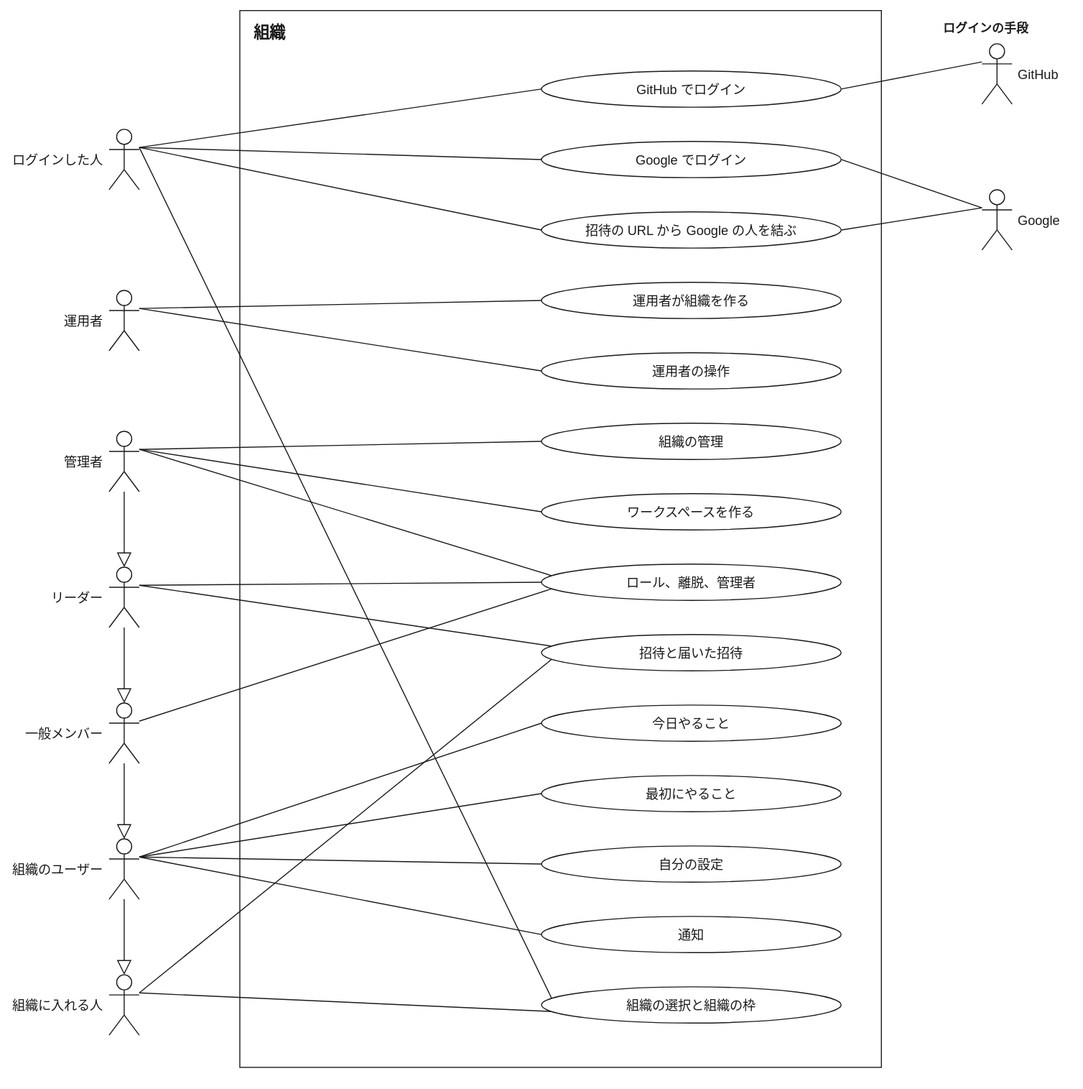
Before: docs/use-cases-organization.drawio.svg, a diagram exported from draw.io (ucan-lab/scrum-guild). Source tidied: cells renumbered, new cells last; positions are measured from the earlier drawing's top-left corner, leaving out a move shared by most shapes.
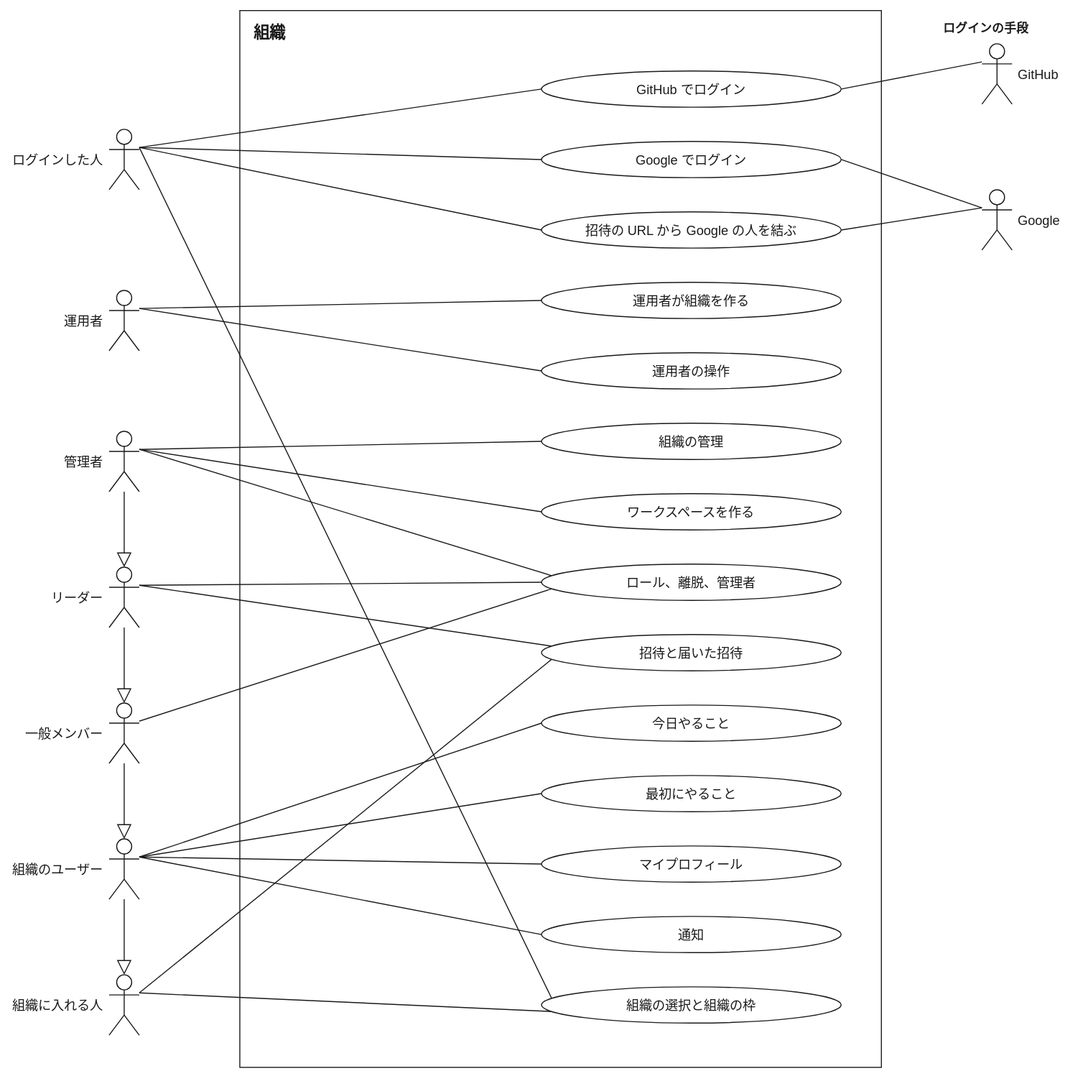
Later version of the same file.

Diff of the diagram source:
```diff
@@ -113,7 +113,7 @@
     <mxCell id="38" value="最初にやること" style="html=0;fontFamily=Helvetica;fontSize=13;fontColor=#1a1a1a;strokeColor=#1a1a1a;ellipse;whiteSpace=nowrap;fillColor=#ffffff;" parent="1" vertex="1">
       <mxGeometry x="430" y="760" width="298" height="36" as="geometry" />
     </mxCell>
-    <mxCell id="39" value="自分の設定" style="html=0;fontFamily=Helvetica;fontSize=13;fontColor=#1a1a1a;strokeColor=#1a1a1a;ellipse;whiteSpace=nowrap;fillColor=#ffffff;" parent="1" vertex="1">
+    <mxCell id="39" value="マイプロフィール" style="html=0;fontFamily=Helvetica;fontSize=13;fontColor=#1a1a1a;strokeColor=#1a1a1a;ellipse;whiteSpace=nowrap;fillColor=#ffffff;" parent="1" vertex="1">
       <mxGeometry x="430" y="830" width="298" height="36" as="geometry" />
     </mxCell>
     <mxCell id="40" value="通知" style="html=0;fontFamily=Helvetica;fontSize=13;fontColor=#1a1a1a;strokeColor=#1a1a1a;ellipse;whiteSpace=nowrap;fillColor=#ffffff;" parent="1" vertex="1">
```
